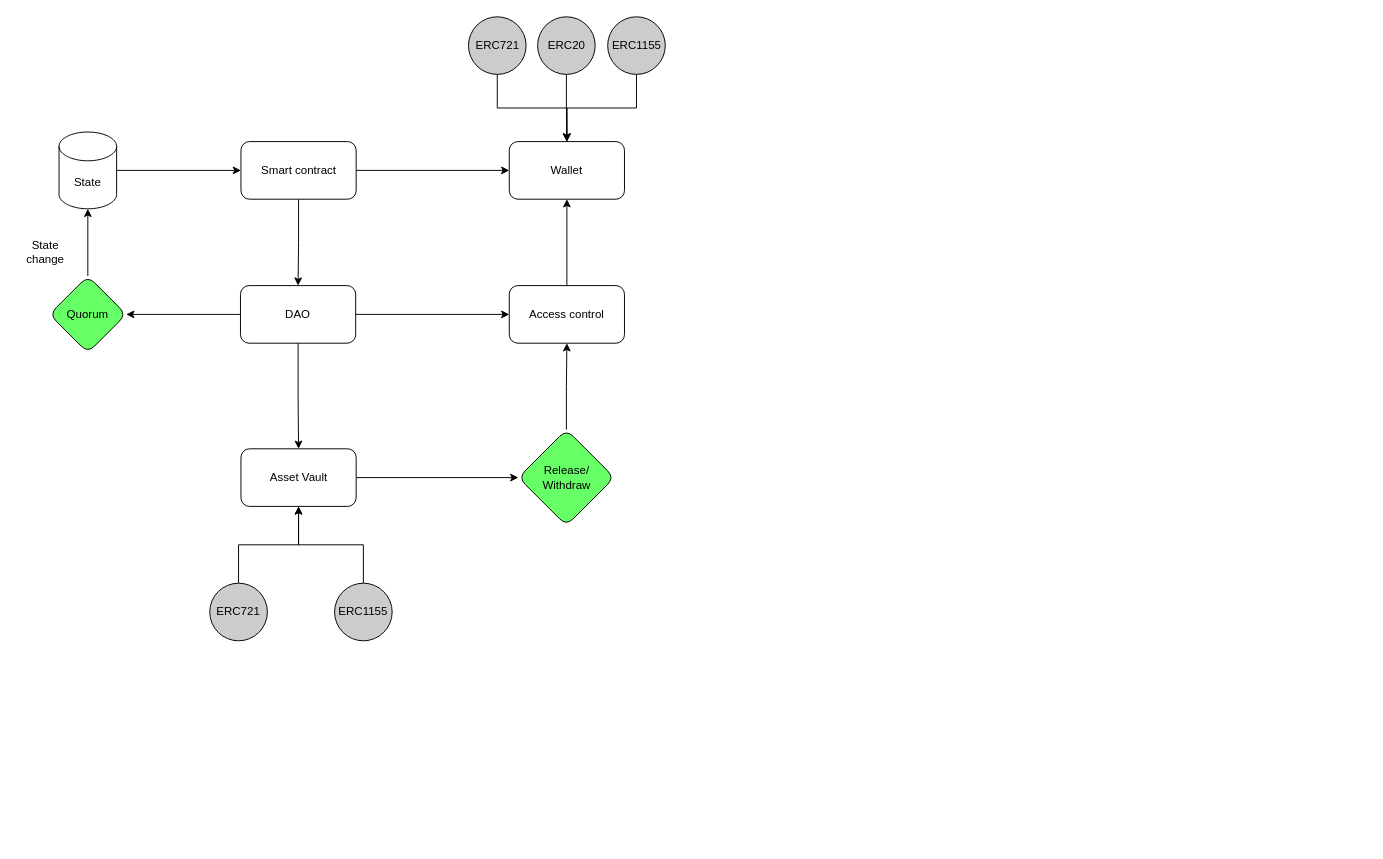
Before: DAOwallet.drawio in ali-05-ahmed/Concept-Diagrams, a draw.io diagram. Source tidied: cells renumbered, new cells numbered last; positions are measured from the earlier drawing's top-left corner, leaving out a move shared by most shapes. Both pictures are drawn from the tidied source at 96%, with x=0, y=0 at pixel (16, 16).
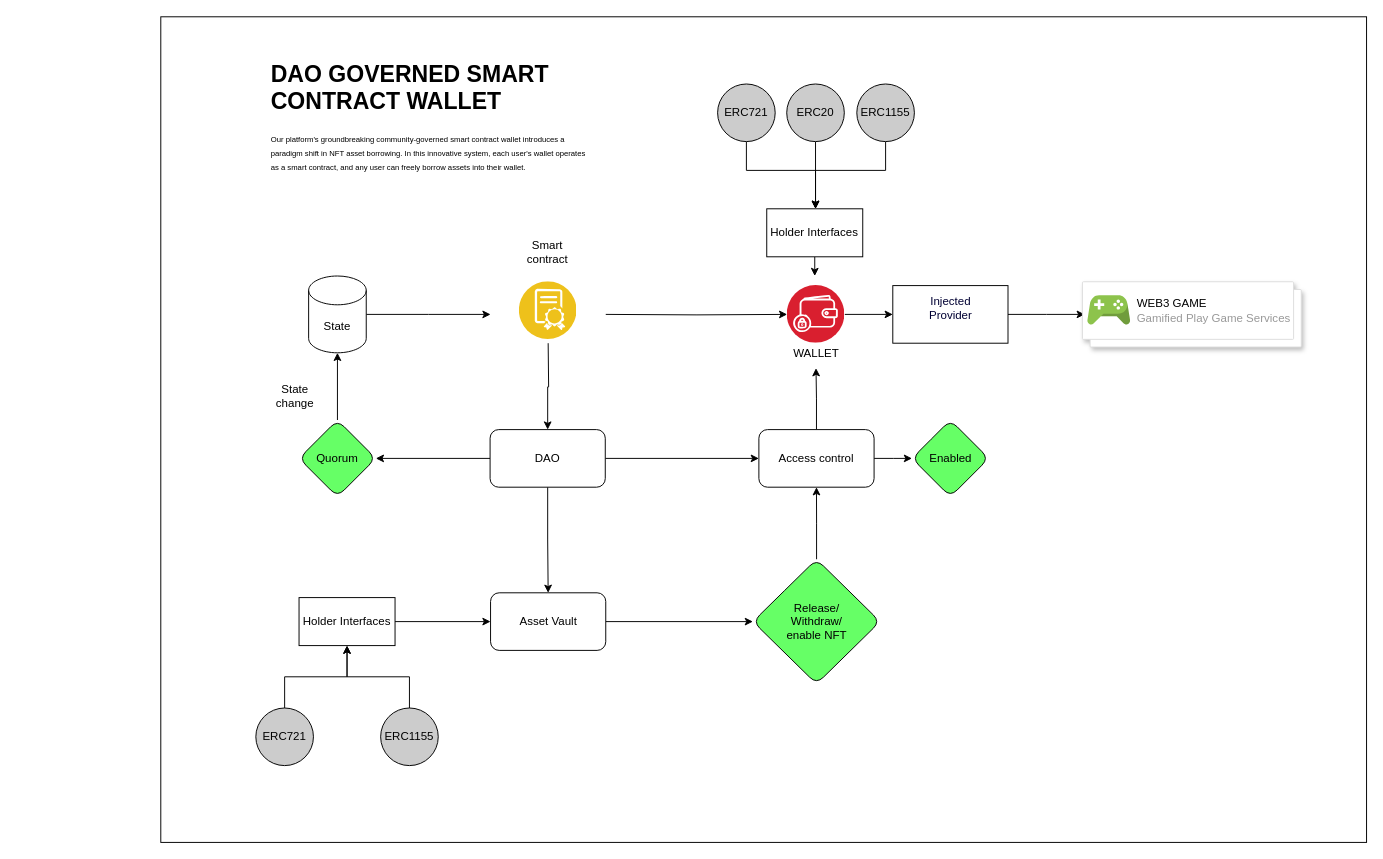
After the change.

Diff of the diagram source:
```diff
@@
+    <mxCell id="31" style="rounded=0;whiteSpace=wrap;html=1;" parent="1" vertex="1">
+      <mxGeometry x="150" width="1256" height="860" as="geometry" />
+    </mxCell>
@@
     <mxCell id="5" value="DAO" style="rounded=1;whiteSpace=wrap;html=1;" parent="1" vertex="1">
-      <mxGeometry x="233" y="280" width="120" height="60" as="geometry" />
+      <mxGeometry x="493" y="430" width="120" height="60" as="geometry" />
     </mxCell>
-    <mxCell id="6" style="edgeStyle=orthogonalEdgeStyle;rounded=0;jettySize=auto;html=1;entryX=0.5;entryY=1;entryDx=0;entryDy=0;" parent="1" edge="1" source="7" target="8">
-      <mxGeometry relative="1" as="geometry" />
-    </mxCell>
+    <mxCell id="32" style="edgeStyle=orthogonalEdgeStyle;rounded=0;jettySize=auto;html=1;entryX=0.5;entryY=1;entryDx=0;entryDy=0;" parent="1" edge="1" source="7" target="40">
+      <mxGeometry relative="1" as="geometry" />
+    </mxCell>
+    <mxCell id="33" style="edgeStyle=orthogonalEdgeStyle;rounded=0;jettySize=auto;html=1;" parent="1" edge="1" source="7" target="51">
+      <mxGeometry relative="1" as="geometry" />
+    </mxCell>
     <mxCell id="7" value="Access control" style="rounded=1;whiteSpace=wrap;html=1;" parent="1" vertex="1">
-      <mxGeometry x="513" y="280" width="120" height="60" as="geometry" />
+      <mxGeometry x="773" y="430" width="120" height="60" as="geometry" />
     </mxCell>
-    <mxCell id="8" value="Wallet" style="rounded=1;whiteSpace=wrap;html=1;" parent="1" vertex="1">
-      <mxGeometry x="513" y="130" width="120" height="60" as="geometry" />
-    </mxCell>
@@
     <mxCell id="10" value="Asset Vault" style="rounded=1;whiteSpace=wrap;html=1;" parent="1" vertex="1">
-      <mxGeometry x="233.5" y="450" width="120" height="60" as="geometry" />
+      <mxGeometry x="493.5" y="600" width="120" height="60" as="geometry" />
     </mxCell>
-    <mxCell id="11" style="edgeStyle=orthogonalEdgeStyle;rounded=0;jettySize=auto;html=1;" parent="1" edge="1" source="12" target="10">
+    <mxCell id="11" style="edgeStyle=orthogonalEdgeStyle;rounded=0;jettySize=auto;html=1;entryX=0.5;entryY=1;entryDx=0;entryDy=0;" parent="1" edge="1" source="12" target="44">
       <mxGeometry relative="1" as="geometry" />
     </mxCell>
     <mxCell id="12" value="ERC721" style="ellipse;whiteSpace=wrap;html=1;fillColor=#CCCCCC;" parent="1" vertex="1">
-      <mxGeometry x="201" y="590" width="60" height="60" as="geometry" />
+      <mxGeometry x="249" y="720" width="60" height="60" as="geometry" />
     </mxCell>
-    <mxCell id="13" style="edgeStyle=orthogonalEdgeStyle;rounded=0;jettySize=auto;html=1;" parent="1" edge="1" source="14" target="10">
+    <mxCell id="13" style="edgeStyle=orthogonalEdgeStyle;rounded=0;jettySize=auto;html=1;entryX=0.5;entryY=1;entryDx=0;entryDy=0;" parent="1" edge="1" source="14" target="44">
       <mxGeometry relative="1" as="geometry" />
     </mxCell>
     <mxCell id="14" value="ERC1155" style="ellipse;whiteSpace=wrap;html=1;fillColor=#CCCCCC;" parent="1" vertex="1">
-      <mxGeometry x="331" y="590" width="60" height="60" as="geometry" />
+      <mxGeometry x="379" y="720" width="60" height="60" as="geometry" />
     </mxCell>
-    <mxCell id="15" style="edgeStyle=orthogonalEdgeStyle;rounded=0;jettySize=auto;html=1;entryX=0.5;entryY=0;entryDx=0;entryDy=0;" parent="1" edge="1" source="16" target="8">
-      <mxGeometry relative="1" as="geometry" />
-    </mxCell>
+    <mxCell id="34" style="edgeStyle=orthogonalEdgeStyle;rounded=0;jettySize=auto;html=1;entryX=0.5;entryY=0;entryDx=0;entryDy=0;" parent="1" edge="1" source="16">
+      <mxGeometry relative="1" as="geometry">
+        <mxPoint x="832" y="200" as="targetPoint" />
+        <Array as="points">
+          <mxPoint x="759.5" y="160" />
+          <mxPoint x="831.5" y="160" />
+        </Array>
+      </mxGeometry>
+    </mxCell>
     <mxCell id="16" value="ERC721" style="ellipse;whiteSpace=wrap;html=1;fillColor=#CCCCCC;" parent="1" vertex="1">
-      <mxGeometry x="470.5" width="60" height="60" as="geometry" />
+      <mxGeometry x="730" y="70" width="60" height="60" as="geometry" />
     </mxCell>
-    <mxCell id="17" style="edgeStyle=orthogonalEdgeStyle;rounded=0;jettySize=auto;html=1;" parent="1" edge="1" source="18" target="8">
-      <mxGeometry relative="1" as="geometry" />
-    </mxCell>
+    <mxCell id="35" style="edgeStyle=orthogonalEdgeStyle;rounded=0;jettySize=auto;html=1;entryX=0.5;entryY=0;entryDx=0;entryDy=0;" parent="1" edge="1" source="18">
+      <mxGeometry relative="1" as="geometry">
+        <mxPoint x="832" y="200" as="targetPoint" />
+        <Array as="points">
+          <mxPoint x="905.5" y="160" />
+          <mxPoint x="831.5" y="160" />
+        </Array>
+      </mxGeometry>
+    </mxCell>
     <mxCell id="18" value="ERC1155" style="ellipse;whiteSpace=wrap;html=1;fillColor=#CCCCCC;" parent="1" vertex="1">
-      <mxGeometry x="615.5" width="60" height="60" as="geometry" />
+      <mxGeometry x="875" y="70" width="60" height="60" as="geometry" />
     </mxCell>
-    <mxCell id="19" style="edgeStyle=orthogonalEdgeStyle;rounded=0;jettySize=auto;html=1;entryX=0.5;entryY=0;entryDx=0;entryDy=0;" parent="1" edge="1" source="20" target="8">
-      <mxGeometry relative="1" as="geometry" />
-    </mxCell>
+    <mxCell id="36" style="edgeStyle=orthogonalEdgeStyle;rounded=0;jettySize=auto;html=1;" parent="1" edge="1" source="20">
+      <mxGeometry relative="1" as="geometry">
+        <mxPoint x="832" y="200" as="targetPoint" />
+      </mxGeometry>
+    </mxCell>
     <mxCell id="20" value="ERC20" style="ellipse;whiteSpace=wrap;html=1;fillColor=#CCCCCC;" parent="1" vertex="1">
-      <mxGeometry x="542.5" width="60" height="60" as="geometry" />
+      <mxGeometry x="802" y="70" width="60" height="60" as="geometry" />
     </mxCell>
-    <mxCell id="21" style="edgeStyle=orthogonalEdgeStyle;rounded=0;jettySize=auto;html=1;entryX=0;entryY=0.5;entryDx=0;entryDy=0;" parent="1" edge="1" source="23" target="8">
-      <mxGeometry relative="1" as="geometry" />
-    </mxCell>
-    <mxCell id="22" style="edgeStyle=orthogonalEdgeStyle;rounded=0;jettySize=auto;html=1;" parent="1" edge="1" source="23" target="5">
-      <mxGeometry relative="1" as="geometry" />
+    <mxCell id="22" style="edgeStyle=orthogonalEdgeStyle;rounded=0;jettySize=auto;html=1;" parent="1" edge="1" target="5">
+      <mxGeometry relative="1" as="geometry">
+        <mxPoint x="553.5" y="340" as="sourcePoint" />
+      </mxGeometry>
     </mxCell>
-    <mxCell id="23" value="Smart contract" style="rounded=1;whiteSpace=wrap;html=1;" parent="1" vertex="1">
-      <mxGeometry x="233.5" y="130" width="120" height="60" as="geometry" />
-    </mxCell>
+    <mxCell id="37" style="edgeStyle=orthogonalEdgeStyle;rounded=0;jettySize=auto;html=1;entryX=0;entryY=0.5;entryDx=0;entryDy=0;" parent="1" edge="1" target="39">
+      <mxGeometry relative="1" as="geometry">
+        <mxPoint x="613.5" y="310" as="sourcePoint" />
+      </mxGeometry>
+    </mxCell>
-    <mxCell id="24" style="edgeStyle=orthogonalEdgeStyle;rounded=0;jettySize=auto;html=1;" parent="1" edge="1" source="25" target="23">
-      <mxGeometry relative="1" as="geometry" />
+    <mxCell id="24" style="edgeStyle=orthogonalEdgeStyle;rounded=0;jettySize=auto;html=1;" parent="1" edge="1" source="25">
+      <mxGeometry relative="1" as="geometry">
+        <mxPoint x="493.5" y="310" as="targetPoint" />
+      </mxGeometry>
     </mxCell>
     <mxCell id="25" value="State" style="shape=cylinder3;whiteSpace=wrap;html=1;boundedLbl=1;backgroundOutline=1;size=15;" parent="1" vertex="1">
-      <mxGeometry x="44" y="120" width="60" height="80" as="geometry" />
+      <mxGeometry x="304" y="270" width="60" height="80" as="geometry" />
     </mxCell>
@@
     <mxCell id="27" value="Quorum" style="rhombus;whiteSpace=wrap;html=1;rounded=1;fillColor=#66FF66;" parent="1" vertex="1">
-      <mxGeometry x="34" y="270" width="80" height="80" as="geometry" />
+      <mxGeometry x="294" y="420" width="80" height="80" as="geometry" />
     </mxCell>
     <mxCell id="28" value="State change" style="text;html=1;strokeColor=none;fillColor=none;align=center;verticalAlign=middle;whiteSpace=wrap;rounded=0;" parent="1" vertex="1">
-      <mxGeometry y="230" width="60" height="30" as="geometry" />
+      <mxGeometry x="260" y="380" width="60" height="30" as="geometry" />
     </mxCell>
@@
-    <mxCell id="30" value="Release/&lt;br&gt;Withdraw" style="rhombus;whiteSpace=wrap;html=1;rounded=1;fillColor=#66FF66;" parent="1" vertex="1">
-      <mxGeometry x="522.5" y="430" width="100" height="100" as="geometry" />
+    <mxCell id="30" value="Release/&lt;br&gt;Withdraw/&lt;br&gt;enable NFT" style="rhombus;whiteSpace=wrap;html=1;rounded=1;fillColor=#66FF66;" parent="1" vertex="1">
+      <mxGeometry x="766.8" y="565" width="132.5" height="130" as="geometry" />
     </mxCell>
+    <mxCell id="38" style="edgeStyle=orthogonalEdgeStyle;rounded=0;jettySize=auto;html=1;" parent="1" edge="1" source="39" target="42">
+      <mxGeometry relative="1" as="geometry" />
+    </mxCell>
+    <mxCell id="39" style="image;perimeter=ellipsePerimeter;html=1;align=center;shadow=0;dashed=0;fontColor=#4277BB;labelBackgroundColor=default;fontSize=12;spacingTop=3;image=img/lib/ibm/blockchain/wallet.svg;" parent="1" vertex="1">
+      <mxGeometry x="802.5" y="280" width="60" height="60" as="geometry" />
+    </mxCell>
+    <mxCell id="40" value="WALLET" style="text;html=1;strokeColor=none;fillColor=none;align=center;verticalAlign=middle;whiteSpace=wrap;rounded=0;" parent="1" vertex="1">
+      <mxGeometry x="802.5" y="336" width="60" height="30" as="geometry" />
+    </mxCell>
+    <mxCell id="41" style="edgeStyle=orthogonalEdgeStyle;rounded=0;jettySize=auto;html=1;" parent="1" edge="1" source="42">
+      <mxGeometry relative="1" as="geometry">
+        <mxPoint x="1112.5" y="310" as="targetPoint" />
+      </mxGeometry>
+    </mxCell>
+    <mxCell id="42" value="&lt;font color=&quot;#000033&quot;&gt;Injected&lt;br&gt;Provider&lt;/font&gt;" style="whiteSpace=wrap;html=1;verticalAlign=top;fontColor=#4277BB;labelBackgroundColor=default;shadow=0;dashed=0;spacingTop=3;" parent="1" vertex="1">
+      <mxGeometry x="912.5" y="280" width="120" height="60" as="geometry" />
+    </mxCell>
+    <mxCell id="43" style="edgeStyle=orthogonalEdgeStyle;rounded=0;jettySize=auto;html=1;entryX=0;entryY=0.5;entryDx=0;entryDy=0;" parent="1" edge="1" source="44" target="10">
+      <mxGeometry relative="1" as="geometry" />
+    </mxCell>
+    <mxCell id="44" value="Holder Interfaces" style="html=1;dashed=0;whiteSpace=wrap;" parent="1" vertex="1">
+      <mxGeometry x="294" y="605" width="100" height="50" as="geometry" />
+    </mxCell>
+    <mxCell id="45" style="shape=mxgraph.gcp2.doubleRect;strokeColor=#dddddd;shadow=1;strokeWidth=1;" parent="1" vertex="1">
+      <mxGeometry x="1110" y="276" width="228" height="68" as="geometry" />
+    </mxCell>
+    <mxCell id="46" value="&lt;font color=&quot;#000000&quot;&gt;WEB3 GAME&lt;/font&gt;&lt;br&gt;Gamified Play Game Services" style="sketch=0;dashed=0;html=1;fillColor=#5184F3;strokeColor=none;shape=mxgraph.gcp2.google_play_game_service;labelPosition=right;verticalLabelPosition=middle;align=left;verticalAlign=middle;spacingLeft=5;fontColor=#999999;fontSize=12;" parent="45" vertex="1">
+      <mxGeometry width="45" height="31.05" relative="1" as="geometry">
+        <mxPoint x="5" y="14" as="offset" />
+      </mxGeometry>
+    </mxCell>
+    <mxCell id="47" style="edgeStyle=orthogonalEdgeStyle;rounded=0;jettySize=auto;html=1;" parent="1" edge="1" source="48">
+      <mxGeometry relative="1" as="geometry">
+        <mxPoint x="831.2" y="270" as="targetPoint" />
+      </mxGeometry>
+    </mxCell>
+    <mxCell id="48" value="Holder Interfaces" style="html=1;dashed=0;whiteSpace=wrap;" parent="1" vertex="1">
+      <mxGeometry x="781.2" y="200" width="100" height="50" as="geometry" />
+    </mxCell>
+    <mxCell id="49" style="image;perimeter=ellipsePerimeter;html=1;align=center;shadow=0;dashed=0;fontColor=#4277BB;labelBackgroundColor=default;fontSize=12;spacingTop=3;image=img/lib/ibm/blockchain/smart_contract.svg;" parent="1" vertex="1">
+      <mxGeometry x="523.5" y="276" width="60" height="60" as="geometry" />
+    </mxCell>
+    <mxCell id="23" value="Smart contract" style="text;html=1;strokeColor=none;fillColor=none;align=center;verticalAlign=middle;whiteSpace=wrap;rounded=0;" parent="1" vertex="1">
+      <mxGeometry x="523" y="230" width="60" height="30" as="geometry" />
+    </mxCell>
+    <mxCell id="50" value="&lt;h1&gt;DAO GOVERNED SMART CONTRACT WALLET&lt;/h1&gt;&lt;p&gt;&lt;font style=&quot;font-size: 8px;&quot;&gt;Our platform's groundbreaking community-governed smart contract wallet introduces a paradigm shift in NFT asset borrowing. In this innovative system, each user's wallet operates as a smart contract, and any user can freely borrow assets into their wallet.&lt;/font&gt;&lt;br&gt;&lt;/p&gt;" style="text;html=1;strokeColor=none;fillColor=none;spacing=5;spacingTop=-20;whiteSpace=wrap;overflow=hidden;rounded=0;" parent="1" vertex="1">
+      <mxGeometry x="260" y="40" width="340" height="140" as="geometry" />
+    </mxCell>
+    <mxCell id="51" value="Enabled" style="rhombus;whiteSpace=wrap;html=1;rounded=1;fillColor=#66FF66;" parent="1" vertex="1">
+      <mxGeometry x="932.5" y="420" width="80" height="80" as="geometry" />
+    </mxCell>
```
